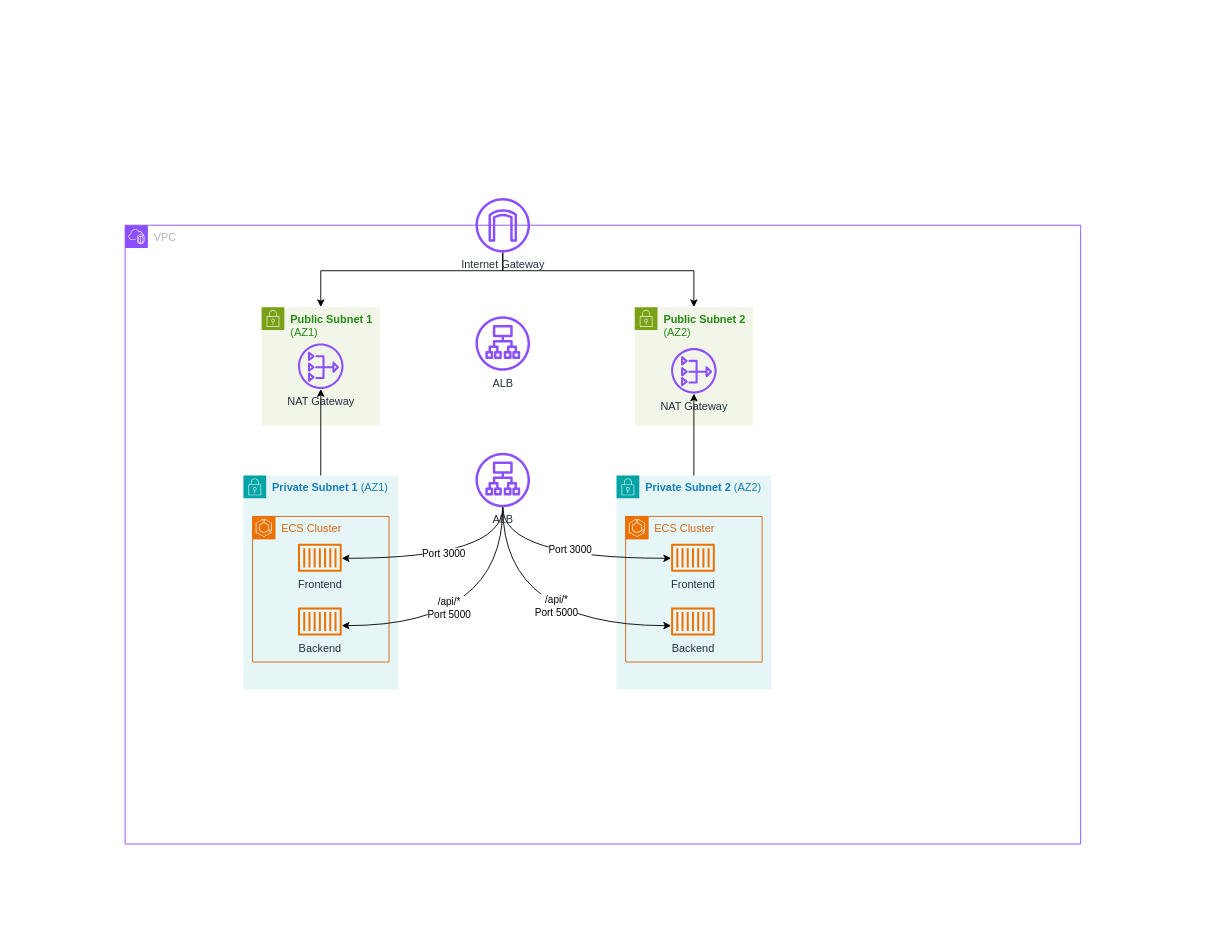
Above: Case Study - Group 10.drawio in Sehreen22Khan/aws-cloudformation-nextjs-flask-postgres (draw.io), before the change. Source tidied: cells renumbered, new cells numbered last; positions are measured from the earlier drawing's top-left corner, leaving out a move shared by most shapes. Both pictures are drawn from the tidied source at 91%, with x=0, y=0 at pixel (125, 197).
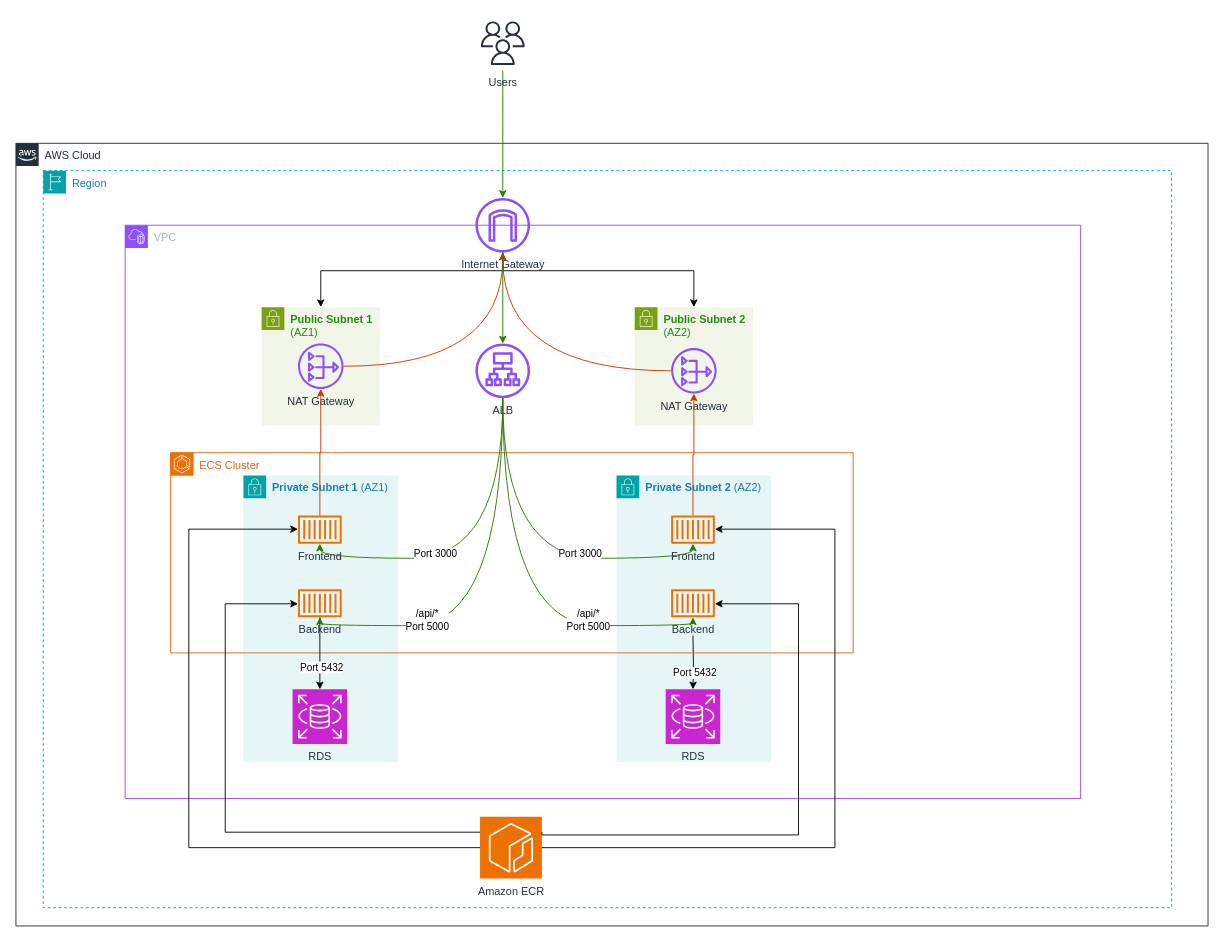
The same page after the edit.

Unchanged cells that the change refers to:
```xml
<mxCell id="14" value="NAT Gateway" style="sketch=0;outlineConnect=0;fontColor=#232F3E;gradientColor=none;fillColor=#8C4FFF;strokeColor=none;dashed=0;verticalLabelPosition=bottom;verticalAlign=top;align=center;html=1;fontSize=12;fontStyle=0;shape=mxgraph.aws4.nat_gateway;" parent="13" vertex="1">
  <mxGeometry x="40" y="40" width="50" height="50" as="geometry" />
</mxCell>
<mxCell id="16" value="NAT Gateway" style="sketch=0;outlineConnect=0;fontColor=#232F3E;gradientColor=none;fillColor=#8C4FFF;strokeColor=none;dashed=0;verticalLabelPosition=bottom;verticalAlign=top;align=center;html=1;fontSize=12;fontStyle=0;shape=mxgraph.aws4.nat_gateway;" parent="15" vertex="1">
  <mxGeometry x="40" y="45" width="50" height="50" as="geometry" />
</mxCell>
<mxCell id="19" value="Internet Gateway" style="sketch=0;outlineConnect=0;fontColor=#232F3E;gradientColor=none;fillColor=#8C4FFF;strokeColor=none;dashed=0;verticalLabelPosition=bottom;verticalAlign=top;align=center;html=1;fontSize=12;fontStyle=0;shape=mxgraph.aws4.internet_gateway;" parent="2" vertex="1">
  <mxGeometry x="385" y="-30" width="60" height="60" as="geometry" />
</mxCell>
```

The edit, as a diff of the source:
```diff
@@
     <mxCell id="2" value="VPC" style="gradientColor=none;html=1;whiteSpace=wrap;fontSize=12;fontStyle=0;shape=mxgraph.aws4.group;grIcon=mxgraph.aws4.group_vpc2;strokeColor=#8C4FFF;fillColor=none;verticalAlign=top;align=left;spacingLeft=30;fontColor=#AAB7B8;dashed=0;" parent="1" vertex="1">
-      <mxGeometry y="30" width="1050" height="680" as="geometry" />
+      <mxGeometry y="30" width="1050" height="630" as="geometry" />
     </mxCell>
     <mxCell id="3" value="&lt;strong&gt;Private Subnet 1&lt;/strong&gt; (AZ1)" style="points=[[0,0],[0.25,0],[0.5,0],[0.75,0],[1,0],[1,0.25],[1,0.5],[1,0.75],[1,1],[0.75,1],[0.5,1],[0.25,1],[0,1],[0,0.75],[0,0.5],[0,0.25]];outlineConnect=0;gradientColor=none;html=1;whiteSpace=wrap;fontSize=12;fontStyle=0;shape=mxgraph.aws4.group;grIcon=mxgraph.aws4.group_security_group;grStroke=0;strokeColor=#00A4A6;fillColor=#E6F6F7;verticalAlign=top;align=left;spacingLeft=30;fontColor=#147EBA;dashed=0;" parent="2" vertex="1">
-      <mxGeometry x="130" y="275" width="170" height="235" as="geometry" />
+      <mxGeometry x="130" y="275" width="170" height="315" as="geometry" />
     </mxCell>
-    <mxCell id="4" value="ECS Cluster" style="gradientColor=none;html=1;whiteSpace=wrap;fontSize=12;fontStyle=0;shape=mxgraph.aws4.group;grIcon=mxgraph.aws4.group_ec2_instance_contents;strokeColor=#D86613;fillColor=none;verticalAlign=top;align=left;spacingLeft=30;fontColor=#D86613;dashed=0;" parent="3" vertex="1">
-      <mxGeometry x="10" y="45" width="150" height="160" as="geometry" />
-    </mxCell>
-    <mxCell id="5" style="sketch=0;fontColor=#232F3E;fillColor=#ED7100;strokeColor=#ffffff;dashed=0;verticalLabelPosition=bottom;verticalAlign=top;align=center;html=1;fontSize=12;fontStyle=0;shape=mxgraph.aws4.resourceIcon;resIcon=mxgraph.aws4.ecs;" parent="4" vertex="1">
-      <mxGeometry width="25" height="25" as="geometry" />
-    </mxCell>
-    <mxCell id="6" value="Frontend" style="sketch=0;outlineConnect=0;fontColor=#232F3E;gradientColor=none;fillColor=#ED7100;strokeColor=none;dashed=0;verticalLabelPosition=bottom;verticalAlign=top;align=center;html=1;fontSize=12;fontStyle=0;shape=mxgraph.aws4.container_1;" parent="4" vertex="1">
-      <mxGeometry x="50" y="30" width="48" height="31" as="geometry" />
-    </mxCell>
-    <mxCell id="7" value="Backend" style="sketch=0;outlineConnect=0;fontColor=#232F3E;gradientColor=none;fillColor=#ED7100;strokeColor=none;dashed=0;verticalLabelPosition=bottom;verticalAlign=top;align=center;html=1;fontSize=12;fontStyle=0;shape=mxgraph.aws4.container_1;" parent="4" vertex="1">
-      <mxGeometry x="50" y="100" width="48" height="31" as="geometry" />
-    </mxCell>
+    <mxCell id="32" value="RDS" style="sketch=0;points=[[0,0,0],[0.25,0,0],[0.5,0,0],[0.75,0,0],[1,0,0],[0,1,0],[0.25,1,0],[0.5,1,0],[0.75,1,0],[1,1,0],[0,0.25,0],[0,0.5,0],[0,0.75,0],[1,0.25,0],[1,0.5,0],[1,0.75,0]];outlineConnect=0;fontColor=#232F3E;fillColor=#C925D1;strokeColor=#ffffff;dashed=0;verticalLabelPosition=bottom;verticalAlign=top;align=center;html=1;fontSize=12;fontStyle=0;shape=mxgraph.aws4.resourceIcon;resIcon=mxgraph.aws4.rds;" parent="3" vertex="1">
+      <mxGeometry x="54" y="235" width="60" height="60" as="geometry" />
+    </mxCell>
     <mxCell id="8" value="&lt;strong&gt;Private Subnet 2&lt;/strong&gt; (AZ2)" style="points=[[0,0],[0.25,0],[0.5,0],[0.75,0],[1,0],[1,0.25],[1,0.5],[1,0.75],[1,1],[0.75,1],[0.5,1],[0.25,1],[0,1],[0,0.75],[0,0.5],[0,0.25]];outlineConnect=0;gradientColor=none;html=1;whiteSpace=wrap;fontSize=12;fontStyle=0;shape=mxgraph.aws4.group;grIcon=mxgraph.aws4.group_security_group;grStroke=0;strokeColor=#00A4A6;fillColor=#E6F6F7;verticalAlign=top;align=left;spacingLeft=30;fontColor=#147EBA;dashed=0;" parent="2" vertex="1">
-      <mxGeometry x="540" y="275" width="170" height="235" as="geometry" />
+      <mxGeometry x="540" y="275" width="170" height="315" as="geometry" />
     </mxCell>
-    <mxCell id="9" value="ECS Cluster" style="gradientColor=none;html=1;whiteSpace=wrap;fontSize=12;fontStyle=0;shape=mxgraph.aws4.group;grIcon=mxgraph.aws4.group_ec2_instance_contents;strokeColor=#D86613;fillColor=none;verticalAlign=top;align=left;spacingLeft=30;fontColor=#D86613;dashed=0;" parent="8" vertex="1">
-      <mxGeometry x="10" y="45" width="150" height="160" as="geometry" />
-    </mxCell>
-    <mxCell id="10" style="sketch=0;fontColor=#232F3E;fillColor=#ED7100;strokeColor=#ffffff;dashed=0;verticalLabelPosition=bottom;verticalAlign=top;align=center;html=1;fontSize=12;fontStyle=0;shape=mxgraph.aws4.resourceIcon;resIcon=mxgraph.aws4.ecs;" parent="9" vertex="1">
-      <mxGeometry width="25" height="25" as="geometry" />
-    </mxCell>
-    <mxCell id="11" value="Frontend" style="sketch=0;outlineConnect=0;fontColor=#232F3E;gradientColor=none;fillColor=#ED7100;strokeColor=none;dashed=0;verticalLabelPosition=bottom;verticalAlign=top;align=center;html=1;fontSize=12;fontStyle=0;shape=mxgraph.aws4.container_1;" parent="9" vertex="1">
-      <mxGeometry x="50" y="30" width="48" height="31" as="geometry" />
-    </mxCell>
-    <mxCell id="12" value="Backend" style="sketch=0;outlineConnect=0;fontColor=#232F3E;gradientColor=none;fillColor=#ED7100;strokeColor=none;dashed=0;verticalLabelPosition=bottom;verticalAlign=top;align=center;html=1;fontSize=12;fontStyle=0;shape=mxgraph.aws4.container_1;" parent="9" vertex="1">
-      <mxGeometry x="50" y="100" width="48" height="31" as="geometry" />
-    </mxCell>
+    <mxCell id="33" value="RDS" style="sketch=0;points=[[0,0,0],[0.25,0,0],[0.5,0,0],[0.75,0,0],[1,0,0],[0,1,0],[0.25,1,0],[0.5,1,0],[0.75,1,0],[1,1,0],[0,0.25,0],[0,0.5,0],[0,0.75,0],[1,0.25,0],[1,0.5,0],[1,0.75,0]];outlineConnect=0;fontColor=#232F3E;fillColor=#C925D1;strokeColor=#ffffff;dashed=0;verticalLabelPosition=bottom;verticalAlign=top;align=center;html=1;fontSize=12;fontStyle=0;shape=mxgraph.aws4.resourceIcon;resIcon=mxgraph.aws4.rds;" parent="8" vertex="1">
+      <mxGeometry x="54" y="235" width="60" height="60" as="geometry" />
+    </mxCell>
+    <mxCell id="34" style="edgeStyle=orthogonalEdgeStyle;rounded=0;jettySize=auto;html=1;" parent="8" edge="1" target="33">
+      <mxGeometry relative="1" as="geometry">
+        <mxPoint x="84" y="175.9" as="sourcePoint" />
+      </mxGeometry>
+    </mxCell>
+    <mxCell id="35" value="Port 5432" style="edgeLabel;html=1;align=center;verticalAlign=middle;" parent="34" vertex="1">
+      <mxGeometry x="0.38" y="1" relative="1" as="geometry" />
+    </mxCell>
@@
-    <mxCell id="20" value="ALB" style="sketch=0;fontColor=#232F3E;gradientColor=none;fillColor=#8C4FFF;strokeColor=none;dashed=0;verticalLabelPosition=bottom;verticalAlign=top;align=center;html=1;fontSize=12;fontStyle=0;shape=mxgraph.aws4.application_load_balancer;" parent="2" vertex="1">
-      <mxGeometry x="385" y="100" width="60" height="60" as="geometry" />
-    </mxCell>
+    <mxCell id="30" style="edgeStyle=orthogonalEdgeStyle;rounded=0;jettySize=auto;html=1;fillColor=#fa6800;strokeColor=#C73500;" parent="2" edge="1" source="11" target="16">
+      <mxGeometry relative="1" as="geometry" />
+    </mxCell>
+    <mxCell id="4" value="ECS Cluster" style="gradientColor=none;html=1;whiteSpace=wrap;fontSize=12;fontStyle=0;shape=mxgraph.aws4.group;grIcon=mxgraph.aws4.group_ec2_instance_contents;strokeColor=#D86613;fillColor=none;verticalAlign=top;align=left;spacingLeft=30;fontColor=#D86613;dashed=0;" parent="2" vertex="1">
+      <mxGeometry x="50" y="250" width="750" height="220" as="geometry" />
+    </mxCell>
+    <mxCell id="5" style="sketch=0;fontColor=#232F3E;fillColor=#ED7100;strokeColor=#ffffff;dashed=0;verticalLabelPosition=bottom;verticalAlign=top;align=center;html=1;fontSize=12;fontStyle=0;shape=mxgraph.aws4.resourceIcon;resIcon=mxgraph.aws4.ecs;" parent="4" vertex="1">
+      <mxGeometry width="25" height="25" as="geometry" />
+    </mxCell>
+    <mxCell id="6" value="Frontend" style="sketch=0;outlineConnect=0;fontColor=#232F3E;gradientColor=none;fillColor=#ED7100;strokeColor=none;dashed=0;verticalLabelPosition=bottom;verticalAlign=top;align=center;html=1;fontSize=12;fontStyle=0;shape=mxgraph.aws4.container_1;" parent="4" vertex="1">
+      <mxGeometry x="140" y="69" width="48" height="31" as="geometry" />
+    </mxCell>
+    <mxCell id="7" value="Backend" style="sketch=0;outlineConnect=0;fontColor=#232F3E;gradientColor=none;fillColor=#ED7100;strokeColor=none;dashed=0;verticalLabelPosition=bottom;verticalAlign=top;align=center;html=1;fontSize=12;fontStyle=0;shape=mxgraph.aws4.container_1;" parent="4" vertex="1">
+      <mxGeometry x="140" y="150" width="48" height="31" as="geometry" />
+    </mxCell>
+    <mxCell id="11" value="Frontend" style="sketch=0;outlineConnect=0;fontColor=#232F3E;gradientColor=none;fillColor=#ED7100;strokeColor=none;dashed=0;verticalLabelPosition=bottom;verticalAlign=top;align=center;html=1;fontSize=12;fontStyle=0;shape=mxgraph.aws4.container_1;" parent="4" vertex="1">
+      <mxGeometry x="550" y="69" width="48" height="31" as="geometry" />
+    </mxCell>
+    <mxCell id="12" value="Backend" style="sketch=0;outlineConnect=0;fontColor=#232F3E;gradientColor=none;fillColor=#ED7100;strokeColor=none;dashed=0;verticalLabelPosition=bottom;verticalAlign=top;align=center;html=1;fontSize=12;fontStyle=0;shape=mxgraph.aws4.container_1;" parent="4" vertex="1">
+      <mxGeometry x="550" y="150" width="48" height="31" as="geometry" />
+    </mxCell>
+    <mxCell id="36" style="edgeStyle=orthogonalEdgeStyle;rounded=0;jettySize=auto;html=1;" parent="2" edge="1" source="7" target="32">
+      <mxGeometry relative="1" as="geometry" />
+    </mxCell>
+    <mxCell id="37" value="Port 5432" style="edgeLabel;html=1;align=center;verticalAlign=middle;" parent="36" vertex="1">
+      <mxGeometry x="0.38" y="1" relative="1" as="geometry" />
+    </mxCell>
+    <mxCell id="38" style="edgeStyle=orthogonalEdgeStyle;rounded=0;jettySize=auto;html=1;curved=1;fillColor=#fa6800;strokeColor=#C73500;" parent="2" edge="1" source="14" target="19">
+      <mxGeometry relative="1" as="geometry" />
+    </mxCell>
+    <mxCell id="39" style="edgeStyle=orthogonalEdgeStyle;rounded=0;jettySize=auto;html=1;curved=1;fillColor=#fa6800;strokeColor=#C73500;" parent="2" edge="1" source="16" target="19">
+      <mxGeometry relative="1" as="geometry" />
+    </mxCell>
+    <mxCell id="31" style="edgeStyle=orthogonalEdgeStyle;rounded=0;jettySize=auto;html=1;fillColor=#fa6800;strokeColor=#C73500;" parent="2" edge="1" source="6" target="14">
+      <mxGeometry relative="1" as="geometry" />
+    </mxCell>
+    <mxCell id="40" value="Region" style="gradientColor=none;html=1;whiteSpace=wrap;fontSize=12;fontStyle=0;shape=mxgraph.aws4.group;grIcon=mxgraph.aws4.group_region;strokeColor=#00A4A6;fillColor=none;verticalAlign=top;align=left;spacingLeft=30;fontColor=#147EBA;dashed=1;" parent="1" vertex="1">
+      <mxGeometry x="-90" y="-30" width="1240" height="810" as="geometry" />
+    </mxCell>
+    <mxCell id="41" value="AWS Cloud" style="gradientColor=none;html=1;whiteSpace=wrap;fontSize=12;fontStyle=0;shape=mxgraph.aws4.group;grIcon=mxgraph.aws4.group_aws_cloud_alt;strokeColor=#232F3E;fillColor=none;verticalAlign=top;align=left;spacingLeft=30;fontColor=#232F3E;dashed=0;" parent="1" vertex="1">
+      <mxGeometry x="-120" y="-60" width="1310" height="860" as="geometry" />
+    </mxCell>
+    <mxCell id="42" value="Amazon ECR" style="sketch=0;points=[[0,0,0],[0.25,0,0],[0.5,0,0],[0.75,0,0],[1,0,0],[0,1,0],[0.25,1,0],[0.5,1,0],[0.75,1,0],[1,1,0],[0,0.25,0],[0,0.5,0],[0,0.75,0],[1,0.25,0],[1,0.5,0],[1,0.75,0]];outlineConnect=0;fontColor=#232F3E;fillColor=#ED7100;strokeColor=#ffffff;dashed=0;verticalLabelPosition=bottom;verticalAlign=top;align=center;html=1;fontSize=12;fontStyle=0;shape=mxgraph.aws4.resourceIcon;resIcon=mxgraph.aws4.ecr;" parent="41" vertex="1">
+      <mxGeometry x="510" y="740" width="68" height="68" as="geometry" />
+    </mxCell>
+    <mxCell id="29" value="ALB" style="sketch=0;outlineConnect=0;fontColor=#232F3E;gradientColor=none;fillColor=#8C4FFF;strokeColor=none;dashed=0;verticalLabelPosition=bottom;verticalAlign=top;align=center;html=1;fontSize=12;fontStyle=0;shape=mxgraph.aws4.application_load_balancer;" parent="41" vertex="1">
+      <mxGeometry x="505" y="220" width="60" height="60" as="geometry" />
+    </mxCell>
+    <mxCell id="43" style="edgeStyle=orthogonalEdgeStyle;rounded=0;jettySize=auto;html=1;" parent="1" edge="1" source="42" target="6">
+      <mxGeometry relative="1" as="geometry">
+        <Array as="points">
+          <mxPoint x="70" y="714" />
+          <mxPoint x="70" y="364" />
+        </Array>
+      </mxGeometry>
+    </mxCell>
+    <mxCell id="44" style="edgeStyle=orthogonalEdgeStyle;rounded=0;jettySize=auto;html=1;exitX=0;exitY=0.25;exitDx=0;exitDy=0;exitPerimeter=0;" parent="1" edge="1" source="42" target="7">
+      <mxGeometry relative="1" as="geometry">
+        <Array as="points">
+          <mxPoint x="110" y="697" />
+          <mxPoint x="110" y="446" />
+        </Array>
+      </mxGeometry>
+    </mxCell>
+    <mxCell id="45" style="edgeStyle=orthogonalEdgeStyle;rounded=0;jettySize=auto;html=1;exitX=1;exitY=0.5;exitDx=0;exitDy=0;exitPerimeter=0;" parent="1" edge="1" source="42" target="11">
+      <mxGeometry relative="1" as="geometry">
+        <Array as="points">
+          <mxPoint x="780" y="714" />
+          <mxPoint x="780" y="364" />
+        </Array>
+      </mxGeometry>
+    </mxCell>
+    <mxCell id="46" style="edgeStyle=orthogonalEdgeStyle;rounded=0;jettySize=auto;html=1;exitX=1;exitY=0.25;exitDx=0;exitDy=0;exitPerimeter=0;" parent="1" edge="1" source="42" target="12">
+      <mxGeometry relative="1" as="geometry">
+        <Array as="points">
+          <mxPoint x="458" y="700" />
+          <mxPoint x="740" y="700" />
+          <mxPoint x="740" y="446" />
+        </Array>
+      </mxGeometry>
+    </mxCell>
-    <mxCell id="21" style="edgeStyle=orthogonalEdgeStyle;rounded=0;jettySize=auto;html=1;curved=1;" parent="2" edge="1" source="29" target="6">
+    <mxCell id="21" style="edgeStyle=orthogonalEdgeStyle;rounded=0;jettySize=auto;html=1;curved=1;fillColor=#60a917;strokeColor=#2D7600;" parent="1" edge="1" source="29" target="6">
       <mxGeometry relative="1" as="geometry">
         <Array as="points">
-          <mxPoint x="415" y="366" />
+          <mxPoint x="415" y="396" />
         </Array>
       </mxGeometry>
     </mxCell>
     <mxCell id="22" value="Port 3000" style="edgeLabel;html=1;align=center;verticalAlign=middle;" parent="21" vertex="1">
-      <mxGeometry x="0.05" y="-6" relative="1" as="geometry" />
+      <mxGeometry x="0.05" y="-6" relative="1" as="geometry">
+        <mxPoint x="-45" as="offset" />
+      </mxGeometry>
     </mxCell>
-    <mxCell id="23" style="edgeStyle=orthogonalEdgeStyle;rounded=0;jettySize=auto;html=1;curved=1;" parent="2" edge="1" source="29" target="11">
+    <mxCell id="23" style="edgeStyle=orthogonalEdgeStyle;rounded=0;jettySize=auto;html=1;curved=1;fillColor=#60a917;strokeColor=#2D7600;" parent="1" edge="1" source="29" target="11">
       <mxGeometry relative="1" as="geometry">
         <Array as="points">
-          <mxPoint x="415" y="366" />
+          <mxPoint x="415" y="396" />
+          <mxPoint x="624" y="396" />
         </Array>
       </mxGeometry>
     </mxCell>
     <mxCell id="24" value="Port 3000" style="edgeLabel;html=1;align=center;verticalAlign=middle;" parent="23" vertex="1">
-      <mxGeometry x="0.08" y="10" relative="1" as="geometry" />
+      <mxGeometry x="0.08" y="10" relative="1" as="geometry">
+        <mxPoint x="44" y="4" as="offset" />
+      </mxGeometry>
     </mxCell>
-    <mxCell id="25" style="edgeStyle=orthogonalEdgeStyle;rounded=0;jettySize=auto;html=1;curved=1;" parent="2" edge="1" source="29" target="7">
+    <mxCell id="25" style="edgeStyle=orthogonalEdgeStyle;rounded=0;jettySize=auto;html=1;curved=1;fillColor=#60a917;strokeColor=#2D7600;" parent="1" edge="1" source="29" target="7">
       <mxGeometry relative="1" as="geometry">
         <Array as="points">
-          <mxPoint x="415" y="440" />
+          <mxPoint x="415" y="470" />
         </Array>
       </mxGeometry>
     </mxCell>
     <mxCell id="26" value="/api/*&lt;br&gt;Port 5000" style="edgeLabel;html=1;align=center;verticalAlign=middle;" parent="25" vertex="1">
-      <mxGeometry x="0.24" y="-20" relative="1" as="geometry" />
+      <mxGeometry x="0.24" y="-20" relative="1" as="geometry">
+        <mxPoint x="-49" y="13" as="offset" />
+      </mxGeometry>
     </mxCell>
-    <mxCell id="27" style="edgeStyle=orthogonalEdgeStyle;rounded=0;jettySize=auto;html=1;curved=1;" parent="2" edge="1" source="29" target="12">
+    <mxCell id="27" style="edgeStyle=orthogonalEdgeStyle;rounded=0;jettySize=auto;html=1;curved=1;fillColor=#60a917;strokeColor=#2D7600;" parent="1" edge="1" source="29" target="12">
       <mxGeometry relative="1" as="geometry">
         <Array as="points">
-          <mxPoint x="415" y="440" />
+          <mxPoint x="415" y="470" />
+          <mxPoint x="624" y="470" />
         </Array>
       </mxGeometry>
     </mxCell>
     <mxCell id="28" value="/api/*&lt;br&gt;Port 5000" style="edgeLabel;html=1;align=center;verticalAlign=middle;" parent="27" vertex="1">
-      <mxGeometry x="0.2" y="22" relative="1" as="geometry" />
+      <mxGeometry x="0.2" y="22" relative="1" as="geometry">
+        <mxPoint x="63" y="15" as="offset" />
+      </mxGeometry>
     </mxCell>
-    <mxCell id="29" value="ALB" style="sketch=0;outlineConnect=0;fontColor=#232F3E;gradientColor=none;fillColor=#8C4FFF;strokeColor=none;dashed=0;verticalLabelPosition=bottom;verticalAlign=top;align=center;html=1;fontSize=12;fontStyle=0;shape=mxgraph.aws4.application_load_balancer;" parent="2" vertex="1">
-      <mxGeometry x="385" y="250" width="60" height="60" as="geometry" />
-    </mxCell>
-    <mxCell id="30" style="edgeStyle=orthogonalEdgeStyle;rounded=0;jettySize=auto;html=1;" parent="2" edge="1" source="8" target="16">
-      <mxGeometry relative="1" as="geometry" />
-    </mxCell>
-    <mxCell id="31" style="edgeStyle=orthogonalEdgeStyle;rounded=0;jettySize=auto;html=1;" parent="2" edge="1" source="3" target="14">
-      <mxGeometry relative="1" as="geometry" />
-    </mxCell>
+    <mxCell id="47" style="edgeStyle=orthogonalEdgeStyle;rounded=0;jettySize=auto;html=1;fillColor=#60a917;strokeColor=#2D7600;" parent="1" edge="1" source="48" target="19">
+      <mxGeometry relative="1" as="geometry" />
+    </mxCell>
+    <mxCell id="48" value="Users" style="sketch=0;outlineConnect=0;fontColor=#232F3E;gradientColor=none;strokeColor=#232F3E;fillColor=#ffffff;dashed=0;verticalLabelPosition=bottom;verticalAlign=top;align=center;html=1;fontSize=12;fontStyle=0;shape=mxgraph.aws4.resourceIcon;resIcon=mxgraph.aws4.users;" parent="1" vertex="1">
+      <mxGeometry x="385" y="-200" width="60" height="60" as="geometry" />
+    </mxCell>
+    <mxCell id="49" style="edgeStyle=orthogonalEdgeStyle;rounded=0;jettySize=auto;html=1;fillColor=#60a917;strokeColor=#2D7600;" parent="1" edge="1" source="19" target="29">
+      <mxGeometry relative="1" as="geometry" />
+    </mxCell>
```
